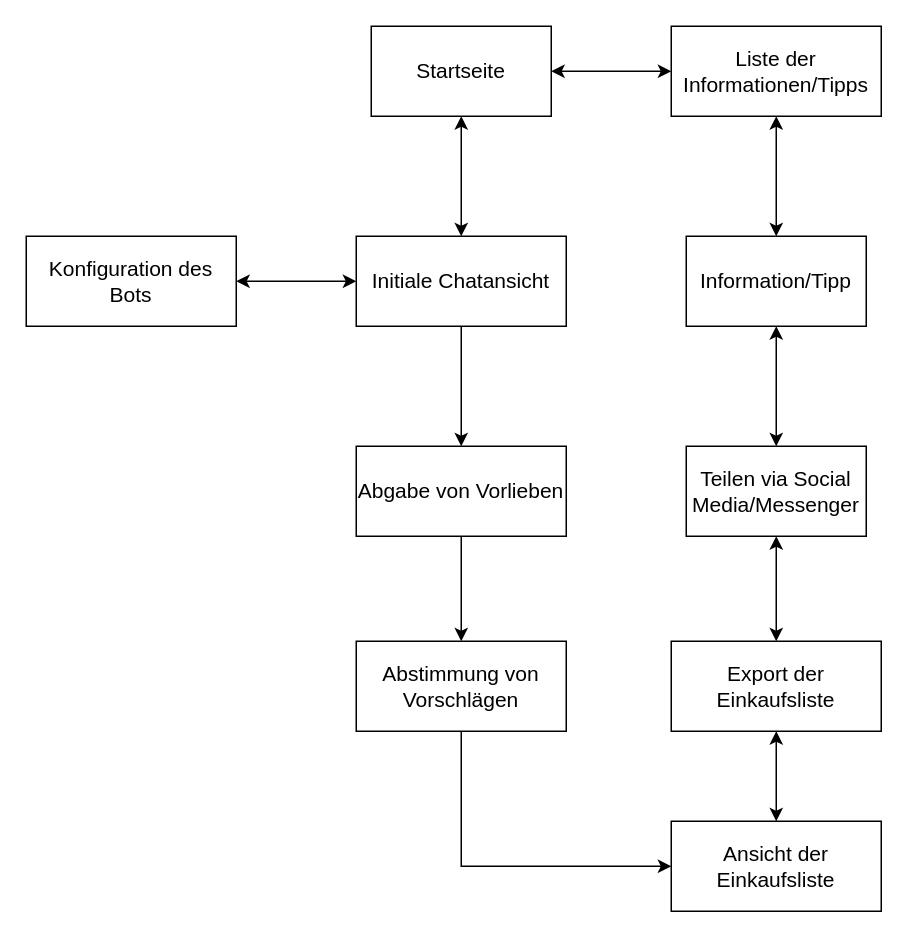
astrutz/projekt1-sose21 keeps this draw.io diagram as docs/Navigation Model.drawio. Above is the earlier version. Source tidied: cells renumbered, new cells numbered last; positions are measured from the earlier drawing's top-left corner, leaving out a move shared by most shapes. Both pictures are drawn from the tidied source at 150%, with x=0, y=0 at pixel (26, 26).
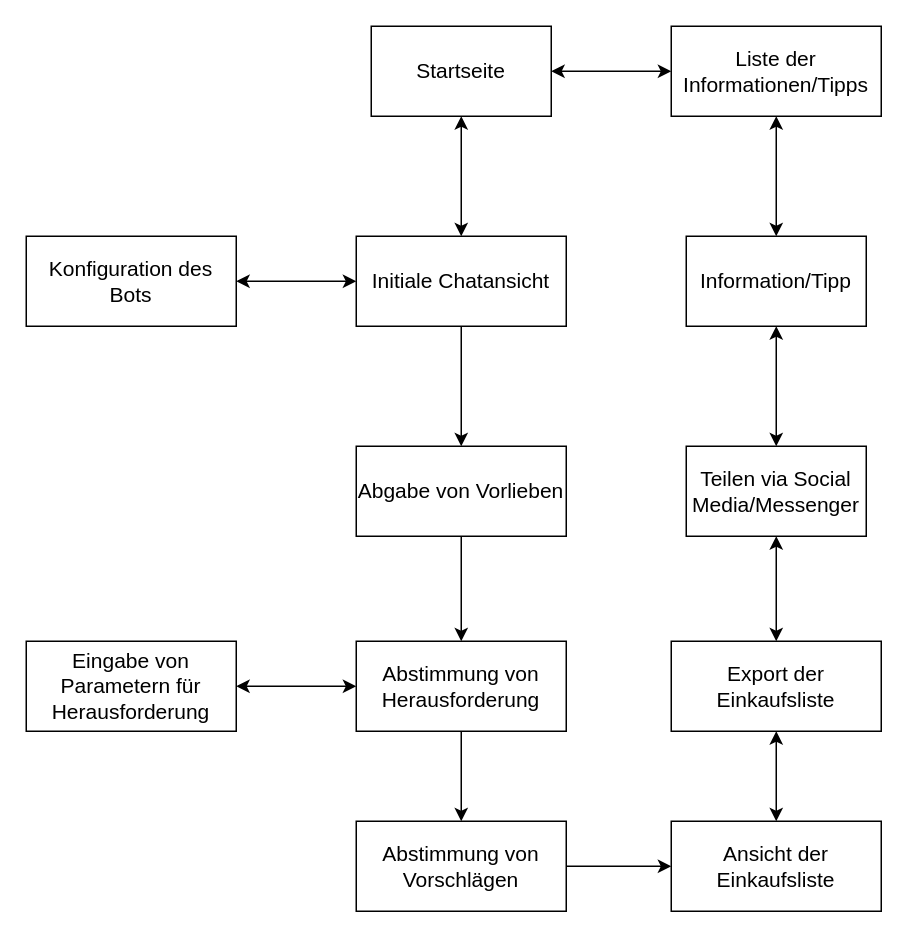
Above is the later version.

The change refers to these unchanged cells:
```xml
<mxCell id="14" value="&lt;font style=&quot;font-size: 14px&quot;&gt;Abgabe von Vorlieben&lt;/font&gt;" style="rounded=0;whiteSpace=wrap;html=1;" parent="1" vertex="1">
  <mxGeometry x="220" y="280" width="140" height="60" as="geometry" />
</mxCell>
<mxCell id="18" value="&lt;font style=&quot;font-size: 14px&quot;&gt;Ansicht der Einkaufsliste&lt;/font&gt;" style="rounded=0;whiteSpace=wrap;html=1;" parent="1" vertex="1">
  <mxGeometry x="430" y="530" width="140" height="60" as="geometry" />
</mxCell>
```

Change to the diagram source:
```diff
@@
-    <mxCell id="15" style="edgeStyle=orthogonalEdgeStyle;rounded=0;jettySize=auto;html=1;exitX=0.5;exitY=0;exitDx=0;exitDy=0;entryX=0.5;entryY=1;entryDx=0;entryDy=0;startArrow=classic;startFill=1;endArrow=none;endFill=0;" parent="1" edge="1" source="17" target="14">
+    <mxCell id="15" style="edgeStyle=orthogonalEdgeStyle;rounded=0;jettySize=auto;html=1;exitX=0.5;exitY=0;exitDx=0;exitDy=0;entryX=0.5;entryY=1;entryDx=0;entryDy=0;startArrow=classic;startFill=1;endArrow=none;endFill=0;" parent="1" edge="1" source="23" target="14">
       <mxGeometry relative="1" as="geometry" />
     </mxCell>
-    <mxCell id="16" style="edgeStyle=orthogonalEdgeStyle;rounded=0;jettySize=auto;html=1;exitX=0.5;exitY=1;exitDx=0;exitDy=0;startArrow=none;startFill=0;endArrow=classic;endFill=1;entryX=0;entryY=0.5;entryDx=0;entryDy=0;" parent="1" edge="1" source="17" target="18">
+    <mxCell id="16" style="edgeStyle=orthogonalEdgeStyle;rounded=0;jettySize=auto;html=1;exitX=1;exitY=0.5;exitDx=0;exitDy=0;startArrow=none;startFill=0;endArrow=classic;endFill=1;entryX=0;entryY=0.5;entryDx=0;entryDy=0;" parent="1" edge="1" source="17" target="18">
       <mxGeometry relative="1" as="geometry" />
     </mxCell>
     <mxCell id="17" value="&lt;font style=&quot;font-size: 14px&quot;&gt;Abstimmung von Vorschlägen&lt;/font&gt;" style="rounded=0;whiteSpace=wrap;html=1;" parent="1" vertex="1">
-      <mxGeometry x="220" y="410" width="140" height="60" as="geometry" />
+      <mxGeometry x="220" y="530" width="140" height="60" as="geometry" />
     </mxCell>
@@
+    <mxCell id="22" style="edgeStyle=orthogonalEdgeStyle;rounded=0;jettySize=auto;html=1;exitX=0.5;exitY=1;exitDx=0;exitDy=0;entryX=0.5;entryY=0;entryDx=0;entryDy=0;" parent="1" edge="1" source="23" target="17">
+      <mxGeometry relative="1" as="geometry" />
+    </mxCell>
+    <mxCell id="23" value="&lt;font style=&quot;font-size: 14px&quot;&gt;Abstimmung von Herausforderung&lt;/font&gt;" style="rounded=0;whiteSpace=wrap;html=1;" parent="1" vertex="1">
+      <mxGeometry x="220" y="410" width="140" height="60" as="geometry" />
+    </mxCell>
+    <mxCell id="24" style="edgeStyle=orthogonalEdgeStyle;rounded=0;jettySize=auto;html=1;exitX=1;exitY=0.5;exitDx=0;exitDy=0;entryX=0;entryY=0.5;entryDx=0;entryDy=0;startArrow=classic;startFill=1;" parent="1" edge="1" source="25" target="23">
+      <mxGeometry relative="1" as="geometry" />
+    </mxCell>
+    <mxCell id="25" value="&lt;font style=&quot;font-size: 14px&quot;&gt;Eingabe von Parametern für Herausforderung&lt;/font&gt;" style="rounded=0;whiteSpace=wrap;html=1;" parent="1" vertex="1">
+      <mxGeometry y="410" width="140" height="60" as="geometry" />
+    </mxCell>
```
